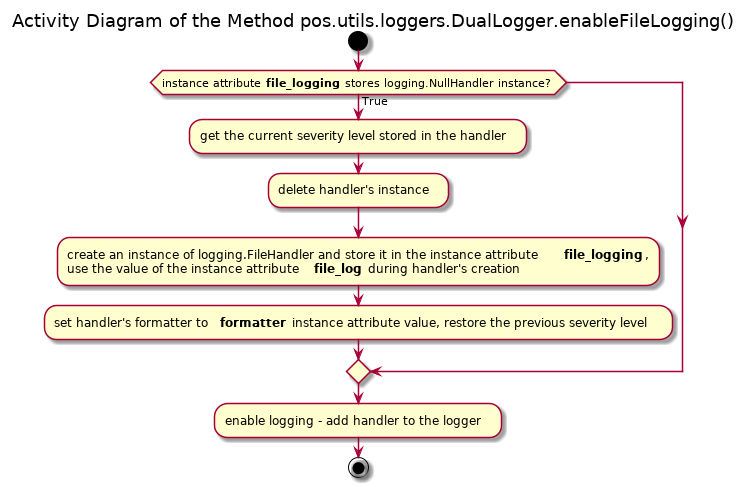
FooBarShebang/pos keeps this PlantUML diagram as Docs/UML/utils/loggers_py/DualLogger.enableFileLogging()_Activity.png. Above is the earlier version. Its diagram source:
```plantuml
@startuml

title Activity Diagram of the Method pos.utils.loggers.DualLogger.enableFileLogging()

start

if (instance attribute <b>file_logging</b> stores logging.NullHandler instance?) then (True)
    :get the current severity level stored in the handler;

    :delete handler's instance;

    :create an instance of logging.FileHandler and store it in the instance attribute <b>file_logging</b>,
    use the value of the instance attribute <b>file_log</b> during handler's creation;

    :set handler's formatter to <b>formatter</b> instance attribute value, restore the previous severity level;
endif

:enable logging - add handler to the logger;

stop

@enduml
```
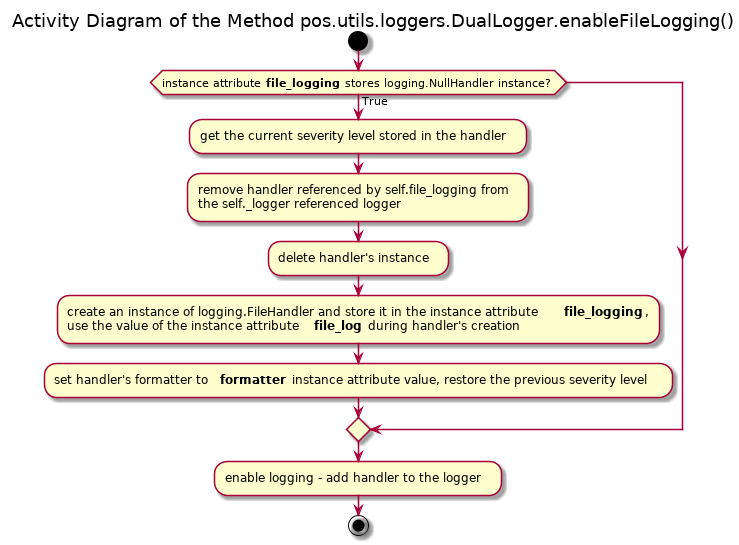
Later version of the same file.

Diff of the diagram source:
```diff
@@ -6,6 +6,8 @@
 
 if (instance attribute <b>file_logging</b> stores logging.NullHandler instance?) then (True)
     :get the current severity level stored in the handler;
+
+    :remove handler referenced by self.file_logging from\nthe self._logger referenced logger;
 
     :delete handler's instance;
 
```
